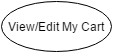
Earlier version of the draw.io export UseCase - Ex2.png (jce-il/sw-modeling-2016b-uml). Source tidied: cells renumbered, new cells last; positions are measured from the earlier drawing's top-left corner, leaving out a move shared by most shapes. Its diagram source:
```xml
<mxGraphModel background="#ffffff">
  <root>
    <mxCell id="0" />
    <mxCell id="1" parent="0" />
    <mxCell id="2" value="View/Edit My Cart" style="ellipse;whiteSpace=wrap;html=1;" parent="1" vertex="1">
      <mxGeometry width="110" height="50" as="geometry" />
    </mxCell>
  </root>
</mxGraphModel>
```
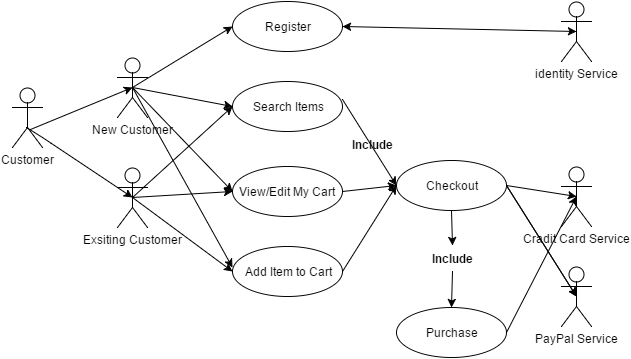
Later version of the same file.

Change to the diagram source:
```diff
@@ -2,8 +2,115 @@
   <root>
     <mxCell id="0" />
     <mxCell id="1" parent="0" />
+    <mxCell id="3" value="Customer" style="shape=umlActor;verticalLabelPosition=bottom;labelBackgroundColor=#ffffff;verticalAlign=top;html=1;" parent="1" vertex="1">
+      <mxGeometry x="-220" y="-79" width="30" height="60" as="geometry" />
+    </mxCell>
+    <mxCell id="4" value="New&amp;nbsp;&lt;span&gt;Customer&lt;/span&gt;" style="shape=umlActor;verticalLabelPosition=bottom;labelBackgroundColor=#ffffff;verticalAlign=top;html=1;" parent="1" vertex="1">
+      <mxGeometry x="-115" y="-109" width="30" height="60" as="geometry" />
+    </mxCell>
+    <mxCell id="5" value="&lt;span&gt;Exsiting Customer&lt;/span&gt;" style="shape=umlActor;verticalLabelPosition=bottom;labelBackgroundColor=#ffffff;verticalAlign=top;html=1;" parent="1" vertex="1">
+      <mxGeometry x="-115" y="1" width="30" height="60" as="geometry" />
+    </mxCell>
+    <mxCell id="6" style="endArrow=classic;html=1;entryX=0.5;entryY=0.5;entryPerimeter=0;exitX=0.6;exitY=0.7;exitPerimeter=0;" parent="1" edge="1" source="3" target="4">
+      <mxGeometry relative="1" as="geometry" />
+    </mxCell>
+    <mxCell id="7" style="endArrow=classic;html=1;entryX=0.5;entryY=0.5;entryPerimeter=0;exitX=0.467;exitY=0.667;exitPerimeter=0;" parent="1" edge="1" source="3" target="5">
+      <mxGeometry relative="1" as="geometry">
+        <Array as="points">
+          <mxPoint x="-190" y="-29" />
+        </Array>
+      </mxGeometry>
+    </mxCell>
+    <mxCell id="8" value="Register" style="ellipse;whiteSpace=wrap;html=1;" parent="1" vertex="1">
+      <mxGeometry y="-165" width="110" height="50" as="geometry" />
+    </mxCell>
+    <mxCell id="9" value="Search Items" style="ellipse;whiteSpace=wrap;html=1;" parent="1" vertex="1">
+      <mxGeometry y="-85" width="110" height="50" as="geometry" />
+    </mxCell>
     <mxCell id="2" value="View/Edit My Cart" style="ellipse;whiteSpace=wrap;html=1;" parent="1" vertex="1">
       <mxGeometry width="110" height="50" as="geometry" />
     </mxCell>
+    <mxCell id="10" value="Add Item to Cart" style="ellipse;whiteSpace=wrap;html=1;" parent="1" vertex="1">
+      <mxGeometry y="80" width="110" height="50" as="geometry" />
+    </mxCell>
+    <mxCell id="11" value="&lt;span&gt;Checkout&lt;/span&gt;" style="ellipse;whiteSpace=wrap;html=1;" parent="1" vertex="1">
+      <mxGeometry x="164" y="-6" width="110" height="50" as="geometry" />
+    </mxCell>
+    <mxCell id="12" value="Purchase" style="ellipse;whiteSpace=wrap;html=1;" parent="1" vertex="1">
+      <mxGeometry x="164" y="141" width="110" height="50" as="geometry" />
+    </mxCell>
+    <mxCell id="13" value="Cradit Card Service" style="shape=umlActor;verticalLabelPosition=bottom;labelBackgroundColor=#ffffff;verticalAlign=top;html=1;" parent="1" vertex="1">
+      <mxGeometry x="329" width="30" height="60" as="geometry" />
+    </mxCell>
+    <mxCell id="14" value="identity Service" style="shape=umlActor;verticalLabelPosition=bottom;labelBackgroundColor=#ffffff;verticalAlign=top;html=1;" parent="1" vertex="1">
+      <mxGeometry x="329" y="-165" width="30" height="60" as="geometry" />
+    </mxCell>
+    <mxCell id="15" value="PayPal Service" style="shape=umlActor;verticalLabelPosition=bottom;labelBackgroundColor=#ffffff;verticalAlign=top;html=1;" parent="1" vertex="1">
+      <mxGeometry x="329" y="100" width="30" height="60" as="geometry" />
+    </mxCell>
+    <mxCell id="16" style="endArrow=classic;html=1;exitX=0.5;exitY=0.5;exitPerimeter=0;entryX=0;entryY=0.5;" parent="1" edge="1" source="4" target="8">
+      <mxGeometry relative="1" as="geometry" />
+    </mxCell>
+    <mxCell id="17" style="endArrow=classic;html=1;exitX=1;exitY=0.5;entryX=0.5;entryY=0.5;entryPerimeter=0;" parent="1" edge="1" source="11" target="13">
+      <mxGeometry relative="1" as="geometry" />
+    </mxCell>
+    <mxCell id="18" style="endArrow=classic;html=1;exitX=1;exitY=0.5;entryX=0.5;entryY=0.5;entryPerimeter=0;" parent="1" edge="1" source="11" target="15">
+      <mxGeometry relative="1" as="geometry" />
+    </mxCell>
+    <mxCell id="19" style="endArrow=classic;html=1;exitX=1;exitY=0.5;entryX=0.5;entryY=0.5;entryPerimeter=0;" parent="1" edge="1" source="12" target="13">
+      <mxGeometry relative="1" as="geometry" />
+    </mxCell>
+    <mxCell id="20" style="endArrow=classic;html=1;entryX=0.5;entryY=0.5;entryPerimeter=0;exitX=1;exitY=0.5;" parent="1" edge="1" source="11" target="15">
+      <mxGeometry relative="1" as="geometry" />
+    </mxCell>
+    <mxCell id="21" style="endArrow=classic;html=1;exitX=1;exitY=0.5;entryX=0;entryY=0.5;" parent="1" edge="1" source="10" target="11">
+      <mxGeometry relative="1" as="geometry" />
+    </mxCell>
+    <mxCell id="22" style="endArrow=classic;html=1;exitX=1;exitY=0.5;entryX=0;entryY=0.5;" parent="1" edge="1" source="2" target="11">
+      <mxGeometry relative="1" as="geometry" />
+    </mxCell>
+    <mxCell id="23" style="endArrow=classic;html=1;exitX=1;exitY=0.36;exitPerimeter=0;entryX=0;entryY=0.5;" parent="1" edge="1" source="9" target="11">
+      <mxGeometry relative="1" as="geometry" />
+    </mxCell>
+    <mxCell id="24" style="endArrow=classic;startArrow=classic;html=1;exitX=1;exitY=0.5;entryX=0.5;entryY=0.5;entryPerimeter=0;" parent="1" edge="1" source="8" target="14">
+      <mxGeometry relative="1" as="geometry" />
+    </mxCell>
+    <mxCell id="25" style="endArrow=classic;html=1;exitX=0.5;exitY=0.5;exitPerimeter=0;entryX=0;entryY=0.5;" parent="1" edge="1" source="5" target="10">
+      <mxGeometry relative="1" as="geometry" />
+    </mxCell>
+    <mxCell id="26" style="endArrow=classic;html=1;exitX=0.5;exitY=0.5;exitPerimeter=0;entryX=0;entryY=0.5;" parent="1" edge="1" source="5" target="2">
+      <mxGeometry relative="1" as="geometry" />
+    </mxCell>
+    <mxCell id="27" style="endArrow=classic;html=1;exitX=0.5;exitY=0.5;exitPerimeter=0;entryX=0;entryY=0.5;" parent="1" edge="1" source="5" target="9">
+      <mxGeometry relative="1" as="geometry" />
+    </mxCell>
+    <mxCell id="28" style="endArrow=classic;html=1;entryX=0;entryY=0.5;" parent="1" edge="1" target="9">
+      <mxGeometry relative="1" as="geometry">
+        <mxPoint x="-100" y="-79" as="sourcePoint" />
+      </mxGeometry>
+    </mxCell>
+    <mxCell id="29" style="endArrow=classic;html=1;entryX=0;entryY=0.5;" parent="1" edge="1" target="2">
+      <mxGeometry relative="1" as="geometry">
+        <mxPoint x="-100" y="-79" as="sourcePoint" />
+      </mxGeometry>
+    </mxCell>
+    <mxCell id="30" style="endArrow=classic;html=1;" parent="1" edge="1">
+      <mxGeometry relative="1" as="geometry">
+        <mxPoint x="-100" y="-79" as="sourcePoint" />
+        <mxPoint y="101" as="targetPoint" />
+      </mxGeometry>
+    </mxCell>
+    <mxCell id="31" style="endArrow=classic;html=1;exitX=0.5;exitY=1;entryX=0.5;entryY=0;" parent="1" edge="1" source="32" target="12">
+      <mxGeometry relative="1" as="geometry" />
+    </mxCell>
+    <mxCell id="32" value="Include" style="text;html=1;align=center;fontStyle=1;verticalAlign=middle;spacingLeft=3;spacingRight=3;strokeColor=none;points=[[0,0.5],[1,0.5]];portConstraint=eastwest;" parent="1" vertex="1">
+      <mxGeometry x="180" y="79" width="80" height="26" as="geometry" />
+    </mxCell>
+    <mxCell id="33" style="endArrow=classic;html=1;exitX=0.5;exitY=1;entryX=0.5;entryY=0;" parent="1" edge="1" source="11" target="32">
+      <mxGeometry relative="1" as="geometry" />
+    </mxCell>
+    <mxCell id="34" value="Include" style="text;html=1;align=center;fontStyle=1;verticalAlign=middle;spacingLeft=3;spacingRight=3;strokeColor=none;" parent="1" vertex="1">
+      <mxGeometry x="100" y="-35" width="80" height="26" as="geometry" />
+    </mxCell>
   </root>
 </mxGraphModel>
```
